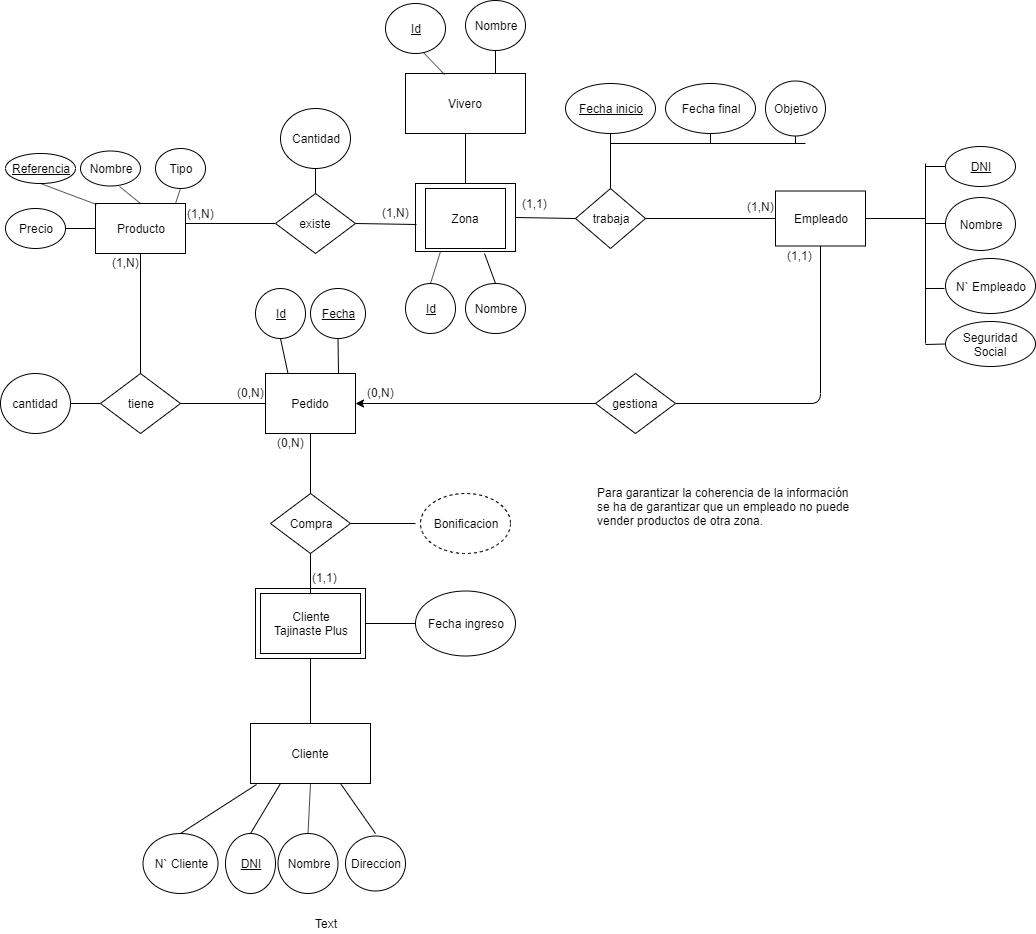
Before: viveros.png, a diagram exported from draw.io (Zanuro/BDD). Source tidied: cells renumbered, new cells last; positions are measured from the earlier drawing's top-left corner, leaving out a move shared by most shapes.
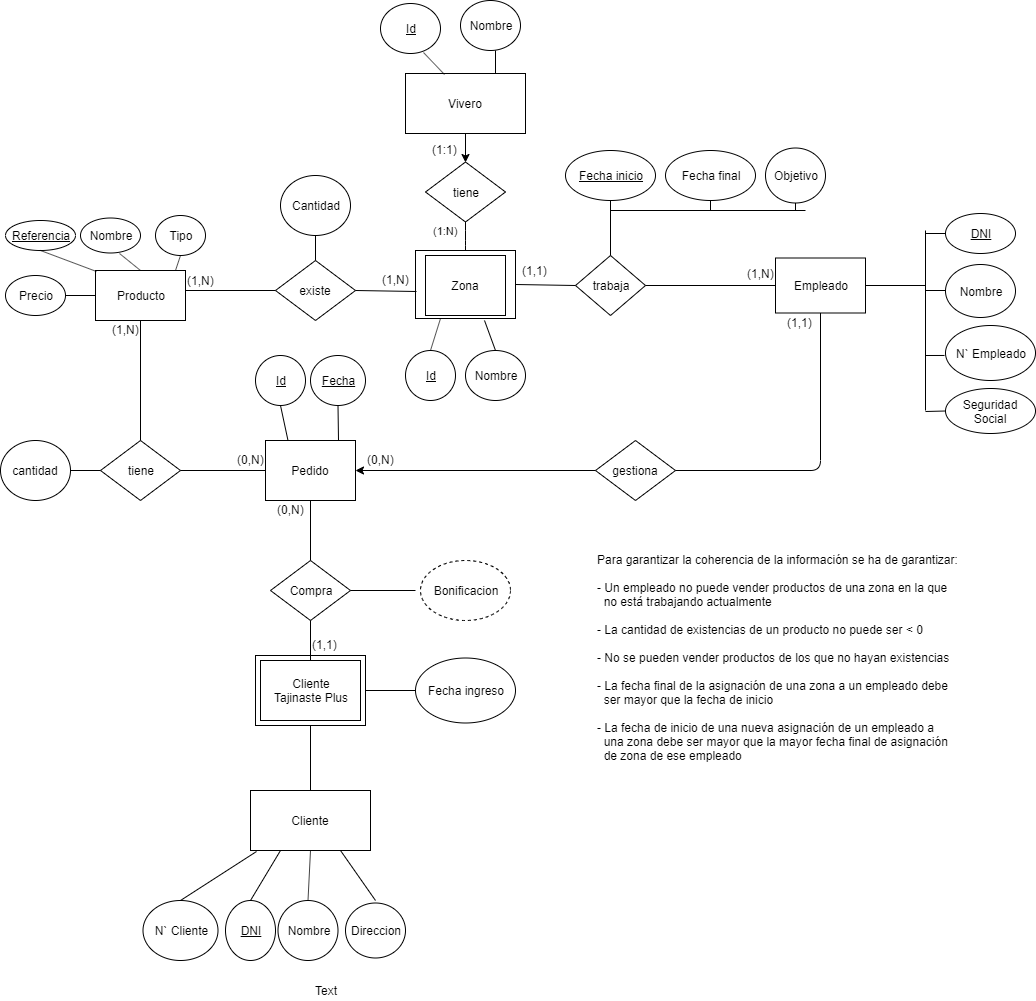
Later version of the same file.

Diff of the diagram source:
```diff
@@ -40,13 +40,19 @@
     <mxCell id="13" style="rounded=0;whiteSpace=wrap;html=1;fillColor=none;" parent="1" vertex="1">
       <mxGeometry x="415" y="183" width="100" height="68" as="geometry" />
     </mxCell>
-    <mxCell id="14" style="endArrow=none;html=1;exitX=0.5;exitY=0;exitDx=0;exitDy=0;" parent="1" edge="1" source="13">
-      <mxGeometry relative="1" as="geometry">
-        <mxPoint x="465" y="133" as="targetPoint" />
+    <mxCell id="14" value="(1:N)" style="endArrow=none;html=1;exitX=0.5;exitY=0;exitDx=0;exitDy=0;" parent="1" edge="1" source="13">
+      <mxGeometry x="0.33" y="20" relative="1" as="geometry">
+        <mxPoint x="465" y="153" as="targetPoint" />
+        <Array as="points">
+          <mxPoint x="465" y="173" />
+        </Array>
       </mxGeometry>
     </mxCell>
+    <mxCell id="93" style="edgeStyle=orthogonalEdgeStyle;rounded=0;jettySize=auto;html=1;entryX=0.5;entryY=0;entryDx=0;entryDy=0;" parent="1" edge="1" source="15" target="94">
+      <mxGeometry relative="1" as="geometry" />
+    </mxCell>
     <mxCell id="15" value="Vivero" style="rounded=0;whiteSpace=wrap;html=1;fillColor=none;" parent="1" vertex="1">
-      <mxGeometry x="405" y="73" width="120" height="60" as="geometry" />
+      <mxGeometry x="405" y="6" width="120" height="60" as="geometry" />
     </mxCell>
     <mxCell id="16" value="Cantidad" style="ellipse;whiteSpace=wrap;html=1;fillColor=none;" parent="1" vertex="1">
       <mxGeometry x="280" y="108" width="70" height="60" as="geometry" />
@@ -73,10 +79,10 @@
       <mxGeometry x="465" y="283" width="60" height="50" as="geometry" />
     </mxCell>
     <mxCell id="22" value="&lt;u&gt;Id&lt;/u&gt;" style="ellipse;whiteSpace=wrap;html=1;fillColor=none;" parent="1" vertex="1">
-      <mxGeometry x="385" y="3" width="60" height="50" as="geometry" />
+      <mxGeometry x="380" y="-64" width="60" height="50" as="geometry" />
     </mxCell>
     <mxCell id="23" value="Nombre" style="ellipse;whiteSpace=wrap;html=1;fillColor=none;" parent="1" vertex="1">
-      <mxGeometry x="465" width="60" height="50" as="geometry" />
+      <mxGeometry x="460" y="-67" width="60" height="50" as="geometry" />
     </mxCell>
     <mxCell id="24" style="endArrow=none;html=1;entryX=0.25;entryY=1;entryDx=0;entryDy=0;exitX=0.5;exitY=0;exitDx=0;exitDy=0;" parent="1" edge="1" source="20" target="13">
       <mxGeometry relative="1" as="geometry" />
@@ -84,11 +90,15 @@
     <mxCell id="25" style="endArrow=none;html=1;entryX=0.69;entryY=1.029;entryDx=0;entryDy=0;entryPerimeter=0;exitX=0.5;exitY=0;exitDx=0;exitDy=0;" parent="1" edge="1" source="21" target="13">
       <mxGeometry relative="1" as="geometry" />
     </mxCell>
-    <mxCell id="26" style="endArrow=none;html=1;entryX=0.633;entryY=0.98;entryDx=0;entryDy=0;entryPerimeter=0;exitX=0.325;exitY=0.017;exitDx=0;exitDy=0;exitPerimeter=0;" parent="1" edge="1" source="15" target="22">
-      <mxGeometry relative="1" as="geometry" />
+    <mxCell id="26" style="endArrow=none;html=1;entryX=0.633;entryY=0.98;entryDx=0;entryDy=0;entryPerimeter=0;exitX=0.325;exitY=0.017;exitDx=0;exitDy=0;exitPerimeter=0;" parent="1" edge="1" source="15">
+      <mxGeometry relative="1" as="geometry">
+        <mxPoint x="423" y="-15" as="targetPoint" />
+      </mxGeometry>
     </mxCell>
-    <mxCell id="27" style="endArrow=none;html=1;entryX=0.5;entryY=1;entryDx=0;entryDy=0;exitX=0.75;exitY=0;exitDx=0;exitDy=0;" parent="1" edge="1" source="15" target="23">
-      <mxGeometry relative="1" as="geometry" />
+    <mxCell id="27" style="endArrow=none;html=1;entryX=0.5;entryY=1;entryDx=0;entryDy=0;exitX=0.75;exitY=0;exitDx=0;exitDy=0;" parent="1" edge="1" source="15">
+      <mxGeometry relative="1" as="geometry">
+        <mxPoint x="495" y="-17" as="targetPoint" />
+      </mxGeometry>
     </mxCell>
     <mxCell id="28" value="tiene" style="rhombus;whiteSpace=wrap;html=1;fillColor=none;" parent="1" vertex="1">
       <mxGeometry x="100" y="373" width="80" height="60" as="geometry" />
@@ -315,8 +325,14 @@
     <mxCell id="91" value="Text" style="text;html=1;strokeColor=none;fillColor=none;align=center;verticalAlign=middle;whiteSpace=wrap;rounded=0;" parent="1" vertex="1">
       <mxGeometry x="305" y="913" width="40" height="20" as="geometry" />
     </mxCell>
-    <mxCell id="92" value="Para garantizar la coherencia de la información&lt;br&gt;se ha de garantizar que un empleado no puede&lt;br&gt;vender productos de otra zona." style="text;html=1;align=left;verticalAlign=top;spacingTop=-4;" parent="1" vertex="1">
-      <mxGeometry x="595" y="483" width="270" height="40" as="geometry" />
+    <mxCell id="92" value="Para garantizar la coherencia de la información se ha de garantizar:&lt;br&gt;&lt;br&gt;- Un empleado no puede vender productos de una zona en la que&lt;br&gt;&amp;nbsp; no está trabajando actualmente&lt;br&gt;&lt;br&gt;- La cantidad de existencias de un producto no puede ser &amp;lt; 0&lt;br&gt;&lt;br&gt;- No se pueden vender productos de los que no hayan existencias&lt;br&gt;&lt;br&gt;- La fecha final de la asignación de una zona a un empleado debe&lt;br&gt;&amp;nbsp; ser mayor que la fecha de inicio&lt;br&gt;&lt;br&gt;- La fecha de inicio de una nueva asignación de un empleado a&lt;br&gt;&amp;nbsp; una zona debe ser mayor que la mayor fecha final de asignación&lt;br&gt;&amp;nbsp; de zona de ese empleado&amp;nbsp;" style="text;html=1;align=left;verticalAlign=top;spacingTop=-4;" parent="1" vertex="1">
+      <mxGeometry x="595" y="483" width="380" height="210" as="geometry" />
     </mxCell>
+    <mxCell id="94" value="tiene" style="rhombus;whiteSpace=wrap;html=1;" parent="1" vertex="1">
+      <mxGeometry x="425" y="94.5" width="80" height="60" as="geometry" />
+    </mxCell>
+    <mxCell id="95" value="(1:1)" style="text;html=1;align=left;verticalAlign=top;spacingTop=-4;" parent="1" vertex="1">
+      <mxGeometry x="430" y="73" width="40" height="20" as="geometry" />
+    </mxCell>
   </root>
 </mxGraphModel>
```
